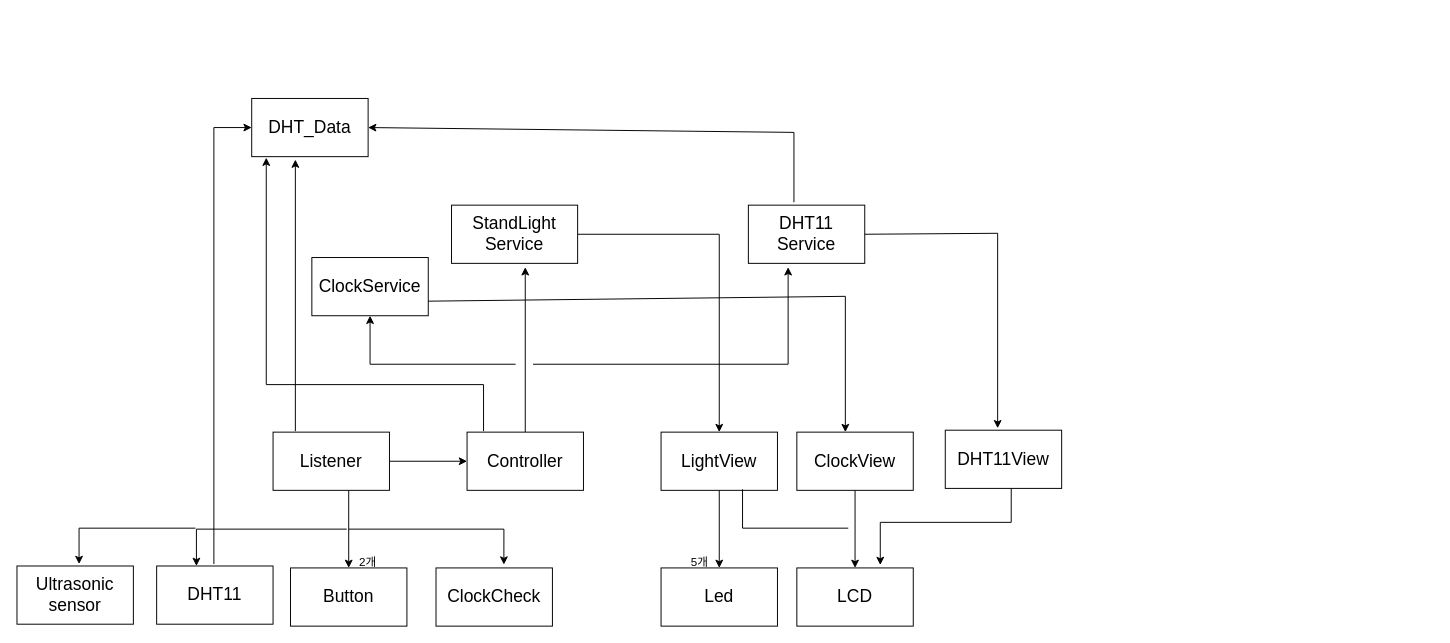
Before: page "페이지-1" (1 of 2) of sw_design/architecture.drawio in 316415/StandLight_Clock_Temperature_Distance_PWM, a draw.io diagram. Source tidied: cells renumbered, new cells numbered last; positions are measured from the earlier drawing's top-left corner, leaving out a move shared by most shapes. Both pictures are drawn from the tidied source at 97%, with x=0, y=0 at pixel (16, 98).
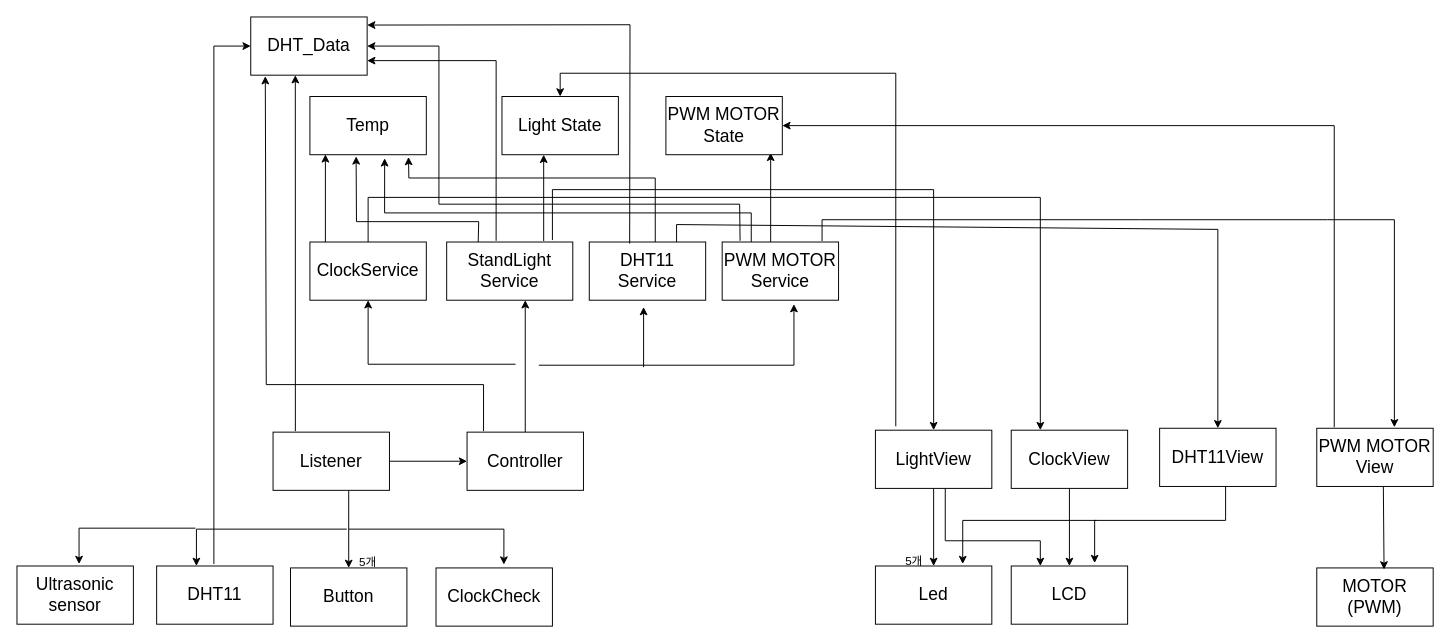
After the change.

Unchanged cells that the change refers to:
```xml
<mxCell id="7" value="Controller" style="whiteSpace=wrap;html=1;fontSize=18;" parent="1" vertex="1">
  <mxGeometry x="464" y="344" width="120" height="60" as="geometry" />
</mxCell>
```

What changed in the source:
```diff
@@
     <mxCell id="6" style="edgeStyle=none;html=1;fontSize=18;" parent="1" edge="1" source="7">
       <mxGeometry relative="1" as="geometry">
-        <mxPoint x="524" y="174" as="targetPoint" />
+        <mxPoint x="524" y="208" as="targetPoint" />
       </mxGeometry>
     </mxCell>
@@
     <mxCell id="9" value="LightView" style="whiteSpace=wrap;html=1;fontSize=18;" parent="1" vertex="1">
-      <mxGeometry x="664" y="344" width="120" height="60" as="geometry" />
+      <mxGeometry x="885" y="342" width="120" height="60" as="geometry" />
     </mxCell>
     <mxCell id="10" value="Led" style="whiteSpace=wrap;html=1;fontSize=18;" parent="1" vertex="1">
-      <mxGeometry x="664" y="484" width="120" height="60" as="geometry" />
+      <mxGeometry x="885" y="482" width="120" height="60" as="geometry" />
     </mxCell>
-    <mxCell id="11" style="edgeStyle=orthogonalEdgeStyle;html=1;exitX=1;exitY=0.5;exitDx=0;exitDy=0;entryX=0.5;entryY=0;entryDx=0;entryDy=0;fontSize=18;rounded=0;" parent="1" edge="1" source="12" target="9">
-      <mxGeometry relative="1" as="geometry" />
+    <mxCell id="11" style="edgeStyle=orthogonalEdgeStyle;html=1;entryX=0.5;entryY=0;entryDx=0;entryDy=0;fontSize=18;rounded=0;startArrow=none;" parent="1" edge="1" target="9">
+      <mxGeometry relative="1" as="geometry">
+        <mxPoint x="552" y="146" as="sourcePoint" />
+        <Array as="points">
+          <mxPoint x="552" y="94" />
+          <mxPoint x="945" y="94" />
+        </Array>
+      </mxGeometry>
     </mxCell>
     <mxCell id="12" value="StandLight&lt;br&gt;Service" style="whiteSpace=wrap;html=1;fontSize=18;" parent="1" vertex="1">
-      <mxGeometry x="448" y="110" width="130" height="60" as="geometry" />
+      <mxGeometry x="443" y="148" width="130" height="60" as="geometry" />
     </mxCell>
-    <mxCell id="13" value="2개" style="text;html=1;strokeColor=none;fillColor=none;align=center;verticalAlign=middle;whiteSpace=wrap;rounded=0;" parent="1" vertex="1">
+    <mxCell id="13" value="5개" style="text;html=1;strokeColor=none;fillColor=none;align=center;verticalAlign=middle;whiteSpace=wrap;rounded=0;" parent="1" vertex="1">
       <mxGeometry x="332" y="464" width="60" height="30" as="geometry" />
     </mxCell>
     <mxCell id="14" value="5개" style="text;html=1;strokeColor=none;fillColor=none;align=center;verticalAlign=middle;whiteSpace=wrap;rounded=0;" parent="1" vertex="1">
-      <mxGeometry x="674" y="464" width="60" height="30" as="geometry" />
+      <mxGeometry x="895" y="462" width="60" height="30" as="geometry" />
     </mxCell>
@@
     <mxCell id="16" value="LCD" style="whiteSpace=wrap;html=1;fontSize=18;" parent="1" vertex="1">
-      <mxGeometry x="804" y="484" width="120" height="60" as="geometry" />
+      <mxGeometry x="1025" y="482" width="120" height="60" as="geometry" />
     </mxCell>
     <mxCell id="17" value="ClockService" style="whiteSpace=wrap;html=1;fontSize=18;" parent="1" vertex="1">
-      <mxGeometry x="304" y="164" width="120" height="60" as="geometry" />
+      <mxGeometry x="302" y="148" width="120" height="60" as="geometry" />
     </mxCell>
     <mxCell id="18" style="endArrow=classic;html=1;rounded=0;entryX=0.5;entryY=1;entryDx=0;entryDy=0;" parent="1" edge="1" target="17">
       <mxGeometry relative="1" as="geometry">
         <mxPoint x="514" y="274" as="sourcePoint" />
         <Array as="points">
-          <mxPoint x="364" y="274" />
+          <mxPoint x="362" y="274" />
         </Array>
       </mxGeometry>
     </mxCell>
-    <mxCell id="19" style="endArrow=classic;html=1;rounded=0;exitX=1;exitY=0.75;exitDx=0;exitDy=0;" parent="1" edge="1" source="17">
+    <mxCell id="19" style="endArrow=classic;html=1;rounded=0;entryX=0.642;entryY=1.061;entryDx=0;entryDy=0;entryPerimeter=0;exitX=0.25;exitY=0;exitDx=0;exitDy=0;" parent="1" edge="1" source="39" target="41">
       <mxGeometry relative="1" as="geometry">
-        <mxPoint x="854" y="344" as="targetPoint" />
         <Array as="points">
-          <mxPoint x="854" y="204" />
+          <mxPoint x="757" y="118" />
+          <mxPoint x="379" y="118" />
         </Array>
       </mxGeometry>
     </mxCell>
     <mxCell id="20" value="ClockView" style="whiteSpace=wrap;html=1;fontSize=18;" parent="1" vertex="1">
-      <mxGeometry x="804" y="344" width="120" height="60" as="geometry" />
+      <mxGeometry x="1025" y="342" width="120" height="60" as="geometry" />
     </mxCell>
@@
     <mxCell id="25" value="DHT11&lt;br&gt;Service" style="whiteSpace=wrap;html=1;fontSize=18;" parent="1" vertex="1">
-      <mxGeometry x="754" y="110" width="120" height="60" as="geometry" />
+      <mxGeometry x="590" y="148" width="120" height="60" as="geometry" />
     </mxCell>
     <mxCell id="26" style="endArrow=classic;html=1;rounded=0;" parent="1" edge="1">
       <mxGeometry relative="1" as="geometry">
-        <mxPoint x="532" y="274" as="sourcePoint" />
-        <mxPoint x="795" y="174" as="targetPoint" />
+        <mxPoint x="538" y="275" as="sourcePoint" />
+        <mxPoint x="801" y="212" as="targetPoint" />
         <Array as="points">
-          <mxPoint x="795" y="274" />
+          <mxPoint x="801" y="275" />
         </Array>
       </mxGeometry>
     </mxCell>
-    <mxCell id="27" style="endArrow=classic;html=1;rounded=0;exitX=1;exitY=0.5;exitDx=0;exitDy=0;" parent="1" edge="1" source="25">
+    <mxCell id="27" style="endArrow=classic;html=1;rounded=0;" parent="1" edge="1">
       <mxGeometry relative="1" as="geometry">
-        <mxPoint x="1011" y="340" as="targetPoint" />
-        <Array as="points">
-          <mxPoint x="1011" y="139" />
-        </Array>
+        <mxPoint x="777" y="152" as="sourcePoint" />
+        <mxPoint x="777" y="56" as="targetPoint" />
       </mxGeometry>
     </mxCell>
     <mxCell id="28" value="DHT11View" style="whiteSpace=wrap;html=1;fontSize=18;" parent="1" vertex="1">
-      <mxGeometry x="957" y="342" width="120" height="60" as="geometry" />
+      <mxGeometry x="1178" y="340" width="120" height="60" as="geometry" />
     </mxCell>
     <mxCell id="29" style="endArrow=classic;html=1;rounded=0;edgeStyle=orthogonalEdgeStyle;" parent="1" edge="1">
       <mxGeometry relative="1" as="geometry">
-        <mxPoint x="1025" y="402" as="sourcePoint" />
-        <mxPoint x="890" y="481" as="targetPoint" />
+        <mxPoint x="1246" y="400" as="sourcePoint" />
+        <mxPoint x="1111" y="479" as="targetPoint" />
         <Array as="points">
-          <mxPoint x="1025" y="437" />
-          <mxPoint x="890" y="437" />
+          <mxPoint x="1246" y="435" />
+          <mxPoint x="1111" y="435" />
         </Array>
       </mxGeometry>
     </mxCell>
     <mxCell id="30" value="DHT_Data" style="whiteSpace=wrap;html=1;fontSize=18;" parent="1" vertex="1">
-      <mxGeometry x="242" width="120" height="60" as="geometry" />
+      <mxGeometry x="241" y="-84" width="120" height="60" as="geometry" />
     </mxCell>
-    <mxCell id="31" style="endArrow=classic;html=1;" parent="1" edge="1">
+    <mxCell id="31" style="endArrow=classic;html=1;entryX=0.383;entryY=1;entryDx=0;entryDy=0;entryPerimeter=0;" parent="1" edge="1" target="30">
       <mxGeometry relative="1" as="geometry">
         <mxPoint x="287" y="343" as="sourcePoint" />
-        <mxPoint x="287" y="63" as="targetPoint" />
       </mxGeometry>
     </mxCell>
@@
-    <mxCell id="33" style="endArrow=classic;html=1;rounded=0;entryX=1;entryY=0.5;entryDx=0;entryDy=0;" parent="1" edge="1" target="30">
+    <mxCell id="33" style="endArrow=classic;html=1;rounded=0;" parent="1" edge="1">
       <mxGeometry relative="1" as="geometry">
-        <mxPoint x="801" y="107" as="sourcePoint" />
+        <mxPoint x="830" y="147" as="sourcePoint" />
+        <mxPoint x="1420" y="339" as="targetPoint" />
         <Array as="points">
-          <mxPoint x="801" y="35" />
+          <mxPoint x="830" y="125" />
+          <mxPoint x="1158" y="125" />
+          <mxPoint x="1351" y="125" />
+          <mxPoint x="1420" y="125" />
         </Array>
       </mxGeometry>
     </mxCell>
-    <mxCell id="34" style="endArrow=none;html=1;rounded=0;" parent="1" edge="1">
-      <mxGeometry relative="1" as="geometry">
-        <mxPoint x="748" y="403" as="sourcePoint" />
-        <mxPoint x="857" y="443" as="targetPoint" />
-        <Array as="points">
-          <mxPoint x="748" y="443" />
-        </Array>
-      </mxGeometry>
-    </mxCell>
@@
     <mxCell id="37" style="endArrow=classic;html=1;rounded=0;entryX=0;entryY=0.5;entryDx=0;entryDy=0;" parent="1" edge="1" target="30">
       <mxGeometry relative="1" as="geometry">
         <mxPoint x="203" y="480" as="sourcePoint" />
         <Array as="points">
-          <mxPoint x="203" y="30" />
+          <mxPoint x="203" y="-54" />
         </Array>
       </mxGeometry>
     </mxCell>
+    <mxCell id="38" value="MOTOR&lt;br&gt;(PWM)" style="whiteSpace=wrap;html=1;fontSize=18;" parent="1" vertex="1">
+      <mxGeometry x="1340" y="484" width="120" height="60" as="geometry" />
+    </mxCell>
+    <mxCell id="39" value="PWM MOTOR&lt;br&gt;Service" style="whiteSpace=wrap;html=1;fontSize=18;" parent="1" vertex="1">
+      <mxGeometry x="727" y="148" width="120" height="60" as="geometry" />
+    </mxCell>
+    <mxCell id="40" style="endArrow=classic;html=1;" parent="1" edge="1">
+      <mxGeometry relative="1" as="geometry">
+        <mxPoint x="646" y="277" as="sourcePoint" />
+        <mxPoint x="646" y="215" as="targetPoint" />
+      </mxGeometry>
+    </mxCell>
+    <mxCell id="41" value="Temp" style="whiteSpace=wrap;html=1;fontSize=18;" parent="1" vertex="1">
+      <mxGeometry x="302" y="-2" width="120" height="60" as="geometry" />
+    </mxCell>
+    <mxCell id="42" style="endArrow=classic;html=1;exitX=0.133;exitY=0;exitDx=0;exitDy=0;exitPerimeter=0;entryX=0.133;entryY=0.993;entryDx=0;entryDy=0;entryPerimeter=0;" parent="1" edge="1" source="17" target="41">
+      <mxGeometry relative="1" as="geometry" />
+    </mxCell>
+    <mxCell id="43" value="Light State" style="whiteSpace=wrap;html=1;fontSize=18;" parent="1" vertex="1">
+      <mxGeometry x="500" y="-2" width="120" height="60" as="geometry" />
+    </mxCell>
+    <mxCell id="44" style="endArrow=classic;html=1;rounded=0;" parent="1" edge="1">
+      <mxGeometry relative="1" as="geometry">
+        <mxPoint x="543" y="147" as="sourcePoint" />
+        <mxPoint x="543" y="58" as="targetPoint" />
+      </mxGeometry>
+    </mxCell>
+    <mxCell id="45" value="PWM MOTOR State" style="whiteSpace=wrap;html=1;fontSize=18;" parent="1" vertex="1">
+      <mxGeometry x="669" y="-2" width="120" height="60" as="geometry" />
+    </mxCell>
+    <mxCell id="46" style="endArrow=classic;html=1;rounded=0;exitX=0.392;exitY=-0.021;exitDx=0;exitDy=0;exitPerimeter=0;entryX=1;entryY=0.75;entryDx=0;entryDy=0;" parent="1" edge="1" source="12" target="30">
+      <mxGeometry relative="1" as="geometry">
+        <Array as="points">
+          <mxPoint x="494" y="-39" />
+        </Array>
+      </mxGeometry>
+    </mxCell>
+    <mxCell id="47" style="endArrow=classic;html=1;rounded=0;exitX=0.25;exitY=0;exitDx=0;exitDy=0;entryX=0.397;entryY=1.028;entryDx=0;entryDy=0;entryPerimeter=0;" parent="1" edge="1" source="12" target="41">
+      <mxGeometry relative="1" as="geometry">
+        <Array as="points">
+          <mxPoint x="476" y="127" />
+          <mxPoint x="350" y="127" />
+        </Array>
+      </mxGeometry>
+    </mxCell>
+    <mxCell id="48" style="endArrow=classic;html=1;rounded=0;exitX=0.154;exitY=-0.021;exitDx=0;exitDy=0;exitPerimeter=0;entryX=1;entryY=0.5;entryDx=0;entryDy=0;" parent="1" edge="1" source="39" target="30">
+      <mxGeometry relative="1" as="geometry">
+        <Array as="points">
+          <mxPoint x="745" y="109" />
+          <mxPoint x="435" y="109" />
+          <mxPoint x="435" y="-54" />
+        </Array>
+      </mxGeometry>
+    </mxCell>
+    <mxCell id="49" value="PWM MOTOR&lt;br&gt;View" style="whiteSpace=wrap;html=1;fontSize=18;" parent="1" vertex="1">
+      <mxGeometry x="1340" y="340" width="120" height="60" as="geometry" />
+    </mxCell>
+    <mxCell id="50" style="endArrow=classic;html=1;rounded=0;exitX=0.347;exitY=0.028;exitDx=0;exitDy=0;exitPerimeter=0;entryX=1;entryY=0.139;entryDx=0;entryDy=0;entryPerimeter=0;" parent="1" edge="1" source="25" target="30">
+      <mxGeometry relative="1" as="geometry">
+        <Array as="points">
+          <mxPoint x="632" y="-76" />
+        </Array>
+      </mxGeometry>
+    </mxCell>
+    <mxCell id="51" style="endArrow=classic;html=1;rounded=0;exitX=0.567;exitY=0;exitDx=0;exitDy=0;exitPerimeter=0;entryX=0.847;entryY=1.039;entryDx=0;entryDy=0;entryPerimeter=0;" parent="1" edge="1" source="25" target="41">
+      <mxGeometry relative="1" as="geometry">
+        <Array as="points">
+          <mxPoint x="658" y="82" />
+          <mxPoint x="404" y="82" />
+        </Array>
+      </mxGeometry>
+    </mxCell>
+    <mxCell id="52" style="endArrow=classic;html=1;rounded=0;exitX=0.75;exitY=0;exitDx=0;exitDy=0;entryX=0.5;entryY=0;entryDx=0;entryDy=0;" parent="1" edge="1" source="25" target="28">
+      <mxGeometry relative="1" as="geometry">
+        <Array as="points">
+          <mxPoint x="680" y="130" />
+          <mxPoint x="1238" y="135" />
+        </Array>
+      </mxGeometry>
+    </mxCell>
+    <mxCell id="53" style="endArrow=classic;html=1;rounded=0;exitX=0.5;exitY=0;exitDx=0;exitDy=0;entryX=0.25;entryY=0;entryDx=0;entryDy=0;" parent="1" edge="1" source="17" target="20">
+      <mxGeometry relative="1" as="geometry">
+        <Array as="points">
+          <mxPoint x="362" y="102" />
+          <mxPoint x="1055" y="102" />
+        </Array>
+      </mxGeometry>
+    </mxCell>
+    <mxCell id="54" style="endArrow=classic;html=1;rounded=0;entryX=0.75;entryY=0;entryDx=0;entryDy=0;" parent="1" edge="1">
+      <mxGeometry relative="1" as="geometry">
+        <mxPoint x="1113" y="435" as="sourcePoint" />
+        <mxPoint x="975" y="480" as="targetPoint" />
+        <Array as="points">
+          <mxPoint x="975" y="435" />
+        </Array>
+      </mxGeometry>
+    </mxCell>
+    <mxCell id="55" style="endArrow=classic;html=1;rounded=0;exitX=0.6;exitY=1;exitDx=0;exitDy=0;exitPerimeter=0;entryX=0.25;entryY=0;entryDx=0;entryDy=0;" parent="1" edge="1" source="9" target="16">
+      <mxGeometry relative="1" as="geometry">
+        <Array as="points">
+          <mxPoint x="957" y="456" />
+          <mxPoint x="1055" y="456" />
+        </Array>
+      </mxGeometry>
+    </mxCell>
+    <mxCell id="56" style="endArrow=classic;html=1;rounded=0;entryX=1;entryY=0.5;entryDx=0;entryDy=0;" parent="1" edge="1" target="45">
+      <mxGeometry relative="1" as="geometry">
+        <mxPoint x="1358" y="339" as="sourcePoint" />
+        <Array as="points">
+          <mxPoint x="1358" y="28" />
+        </Array>
+      </mxGeometry>
+    </mxCell>
+    <mxCell id="57" style="endArrow=classic;html=1;rounded=0;exitX=0.572;exitY=1;exitDx=0;exitDy=0;exitPerimeter=0;entryX=0.578;entryY=0.027;entryDx=0;entryDy=0;entryPerimeter=0;" parent="1" edge="1" source="49" target="38">
+      <mxGeometry relative="1" as="geometry" />
+    </mxCell>
+    <mxCell id="58" style="endArrow=classic;html=1;rounded=0;entryX=0.5;entryY=0;entryDx=0;entryDy=0;" parent="1" edge="1" target="43">
+      <mxGeometry relative="1" as="geometry">
+        <mxPoint x="906" y="338" as="sourcePoint" />
+        <Array as="points">
+          <mxPoint x="906" y="-26" />
+          <mxPoint x="560" y="-26" />
+        </Array>
+      </mxGeometry>
+    </mxCell>
```
